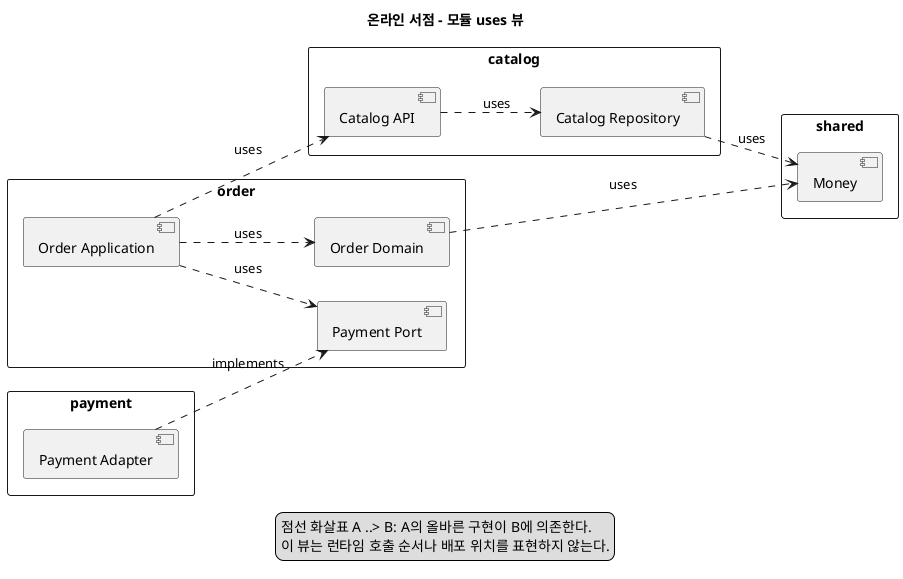
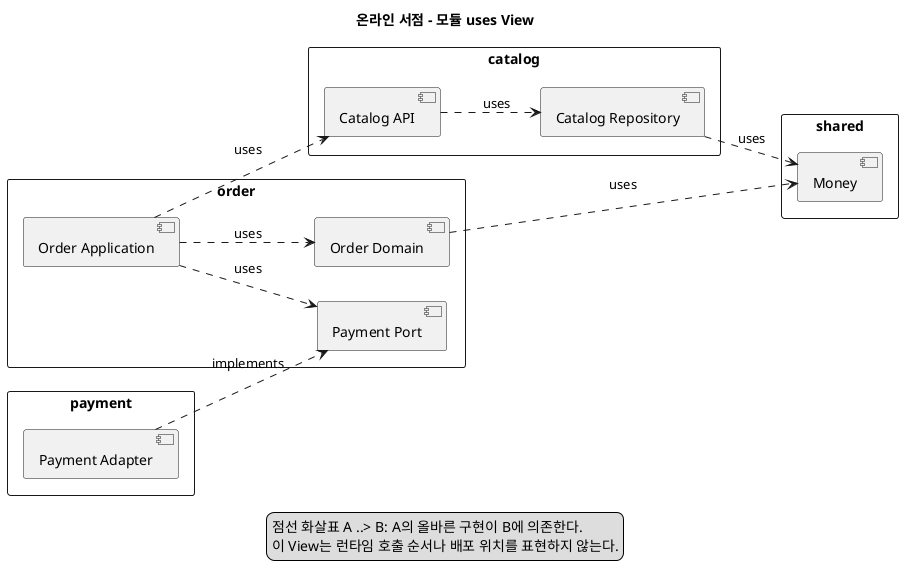
@startuml
- title 온라인 서점 - 모듈 uses 뷰
+ title 온라인 서점 - 모듈 uses View
left to right direction
skinparam packageStyle rectangle

package "catalog" as catalog {
  [Catalog API] as catalogApi
  [Catalog Repository] as catalogRepo
}

package "order" as order {
  [Order Application] as orderApp
  [Order Domain] as orderDomain
  [Payment Port] as paymentPort
}

package "payment" as payment {
  [Payment Adapter] as paymentAdapter
}

package "shared" as shared {
  [Money] as money
}

catalogApi ..> catalogRepo : uses
catalogRepo ..> money : uses
orderApp ..> orderDomain : uses
orderApp ..> catalogApi : uses
orderApp ..> paymentPort : uses
paymentAdapter ..> paymentPort : implements
orderDomain ..> money : uses

legend bottom
  점선 화살표 A ..> B: A의 올바른 구현이 B에 의존한다.
-   이 뷰는 런타임 호출 순서나 배포 위치를 표현하지 않는다.
+   이 View는 런타임 호출 순서나 배포 위치를 표현하지 않는다.
endlegend
@enduml
